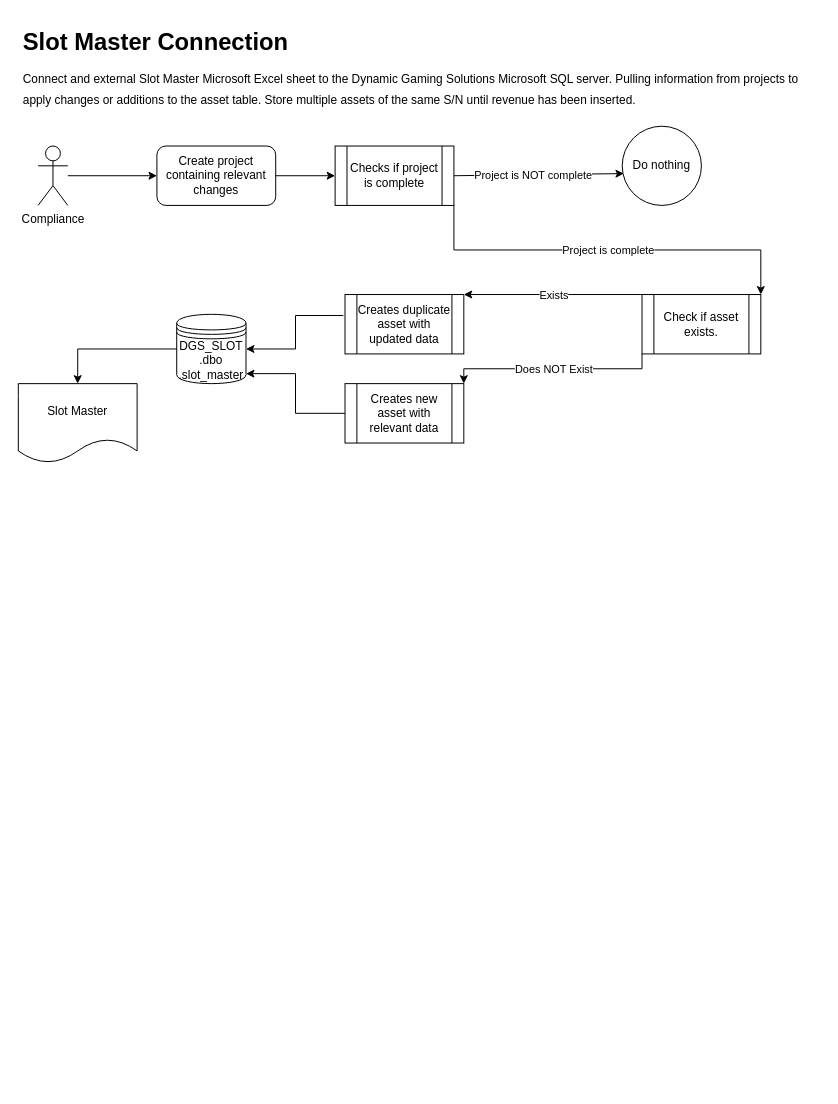
pcollins425/learning keeps this draw.io diagram as Slot_Master.drawio. Above is the earlier version. Source tidied: cells renumbered, new cells numbered last; positions are measured from the earlier drawing's top-left corner, leaving out a move shared by most shapes. Both pictures are drawn from the tidied source at 99%, with x=0, y=0 at pixel (18, 27).
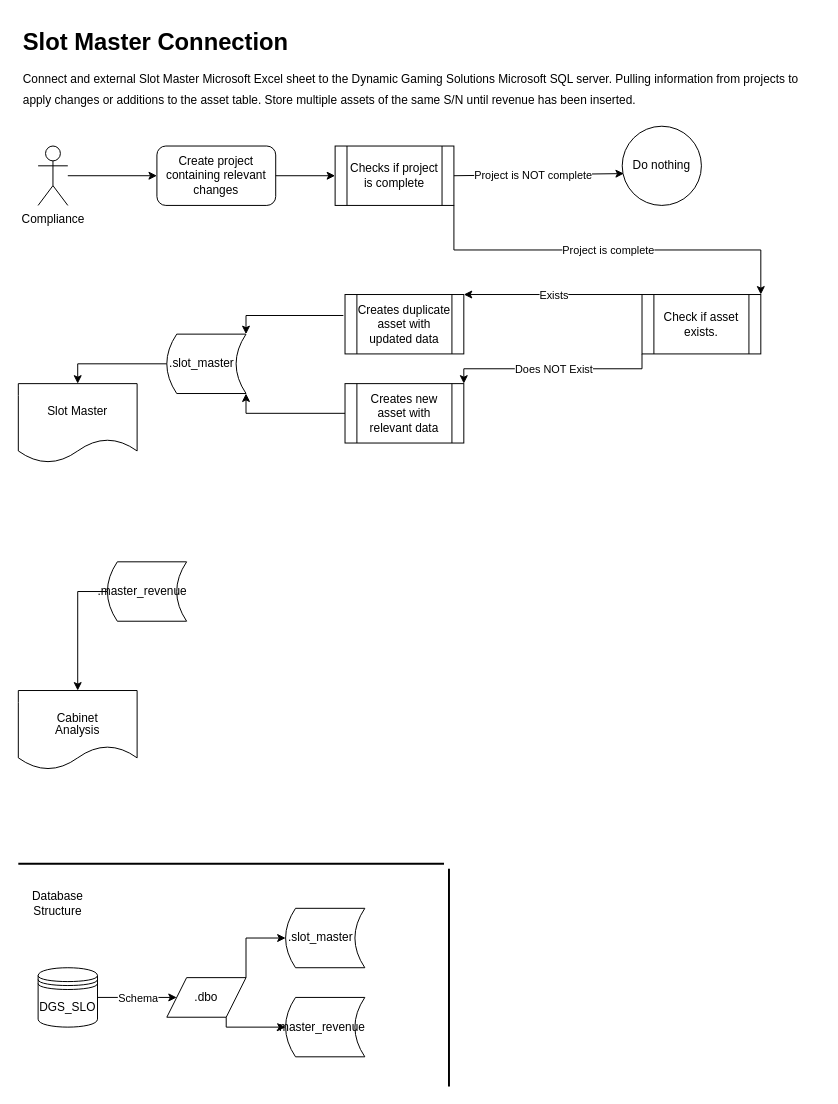
After the change.

Commit message:
Added 'Database Structure'

The change refers to these unchanged cells:
```xml
<mxCell id="10" value="Creates duplicate asset with updated data" style="shape=process;whiteSpace=wrap;html=1;backgroundOutline=1;" parent="1" vertex="1">
  <mxGeometry x="330" y="270" width="120" height="60" as="geometry" />
</mxCell>
<mxCell id="17" value="Creates new asset with relevant data" style="shape=process;whiteSpace=wrap;html=1;backgroundOutline=1;" parent="1" vertex="1">
  <mxGeometry x="330" y="360" width="120" height="60" as="geometry" />
</mxCell>
<mxCell id="22" value="Slot Master" style="shape=document;whiteSpace=wrap;html=1;boundedLbl=1;" parent="1" vertex="1">
  <mxGeometry y="360" width="120" height="80" as="geometry" />
</mxCell>
```

Change to the diagram source:
```diff
@@
-    <mxCell id="20" style="endArrow=classic;html=1;rounded=0;exitX=-0.014;exitY=0.353;exitDx=0;exitDy=0;exitPerimeter=0;entryX=1;entryY=0.5;entryDx=0;entryDy=0;edgeStyle=orthogonalEdgeStyle;" parent="1" edge="1" source="10" target="23">
+    <mxCell id="20" style="endArrow=classic;html=1;rounded=0;exitX=-0.014;exitY=0.353;exitDx=0;exitDy=0;exitPerimeter=0;entryX=1;entryY=0;entryDx=0;entryDy=0;edgeStyle=orthogonalEdgeStyle;" parent="1" edge="1" source="10" target="37">
       <mxGeometry relative="1" as="geometry" />
     </mxCell>
-    <mxCell id="21" style="endArrow=classic;html=1;rounded=0;entryX=1;entryY=0.856;entryDx=0;entryDy=0;exitX=0;exitY=0.5;exitDx=0;exitDy=0;edgeStyle=orthogonalEdgeStyle;entryPerimeter=0;" parent="1" edge="1" source="17" target="23">
+    <mxCell id="21" style="endArrow=classic;html=1;rounded=0;entryX=1;entryY=1;entryDx=0;entryDy=0;exitX=0;exitY=0.5;exitDx=0;exitDy=0;edgeStyle=orthogonalEdgeStyle;" parent="1" edge="1" source="17" target="37">
       <mxGeometry relative="1" as="geometry" />
     </mxCell>
@@
-    <mxCell id="23" value="DGS_SLOT&lt;br&gt;.dbo&lt;br&gt;.slot_master" style="shape=datastore;whiteSpace=wrap;html=1;" parent="1" vertex="1">
-      <mxGeometry x="160" y="290" width="70" height="70" as="geometry" />
-    </mxCell>
-    <mxCell id="24" style="endArrow=classic;html=1;exitX=0;exitY=0.5;exitDx=0;exitDy=0;entryX=0.5;entryY=0;entryDx=0;entryDy=0;edgeStyle=orthogonalEdgeStyle;strokeWidth=1;arcSize=0;" parent="1" edge="1" source="23" target="22">
+    <mxCell id="24" style="endArrow=classic;html=1;exitX=0;exitY=0.5;exitDx=0;exitDy=0;entryX=0.5;entryY=0;entryDx=0;entryDy=0;edgeStyle=orthogonalEdgeStyle;strokeWidth=1;arcSize=0;" parent="1" edge="1" source="37" target="22">
       <mxGeometry relative="1" as="geometry" />
     </mxCell>
+    <mxCell id="25" value="&lt;p style=&quot;line-height: 100%;&quot;&gt;Cabinet&lt;br&gt;Analysis&lt;br&gt;&lt;/p&gt;" style="shape=document;whiteSpace=wrap;html=1;boundedLbl=1;spacingTop=9;" parent="1" vertex="1">
+      <mxGeometry y="670" width="120" height="80" as="geometry" />
+    </mxCell>
+    <mxCell id="26" value="DGS_SLO" style="shape=datastore;whiteSpace=wrap;html=1;" parent="1" vertex="1">
+      <mxGeometry x="20" y="950" width="60" height="60" as="geometry" />
+    </mxCell>
+    <mxCell id="27" value=".dbo" style="shape=parallelogram;perimeter=parallelogramPerimeter;whiteSpace=wrap;html=1;fixedSize=1;" parent="1" vertex="1">
+      <mxGeometry x="150" y="960" width="80" height="40" as="geometry" />
+    </mxCell>
+    <mxCell id="28" style="endArrow=classic;html=1;strokeWidth=1;exitX=1;exitY=0.5;exitDx=0;exitDy=0;entryX=0;entryY=0.5;entryDx=0;entryDy=0;" parent="1" edge="1" source="26" target="27">
+      <mxGeometry relative="1" as="geometry" />
+    </mxCell>
+    <mxCell id="29" value="Schema" style="edgeLabel;html=1;align=center;verticalAlign=middle;" parent="28" vertex="1">
+      <mxGeometry relative="1" as="geometry" />
+    </mxCell>
+    <mxCell id="30" value=".slot_master" style="shape=dataStorage;whiteSpace=wrap;html=1;fixedSize=1;size=10;spacingRight=9;" parent="1" vertex="1">
+      <mxGeometry x="270" y="890" width="80" height="60" as="geometry" />
+    </mxCell>
+    <mxCell id="31" value=".master_revenue" style="shape=dataStorage;whiteSpace=wrap;html=1;fixedSize=1;size=10;spacingRight=9;" parent="1" vertex="1">
+      <mxGeometry x="270" y="980" width="80" height="60" as="geometry" />
+    </mxCell>
+    <mxCell id="32" style="endArrow=classic;html=1;strokeWidth=1;exitX=1;exitY=0;exitDx=0;exitDy=0;entryX=0;entryY=0.5;entryDx=0;entryDy=0;edgeStyle=orthogonalEdgeStyle;arcSize=0;" parent="1" edge="1" source="27" target="30">
+      <mxGeometry relative="1" as="geometry" />
+    </mxCell>
+    <mxCell id="33" style="endArrow=classic;html=1;strokeWidth=1;exitX=0.75;exitY=1;exitDx=0;exitDy=0;entryX=0;entryY=0.5;entryDx=0;entryDy=0;edgeStyle=orthogonalEdgeStyle;arcSize=0;" parent="1" edge="1" source="27" target="31">
+      <mxGeometry relative="1" as="geometry" />
+    </mxCell>
+    <mxCell id="34" style="line;strokeWidth=2;html=1;" parent="1" vertex="1">
+      <mxGeometry y="840" width="430" height="10" as="geometry" />
+    </mxCell>
+    <mxCell id="35" value="Database Structure" style="text;html=1;strokeColor=none;fillColor=none;align=center;verticalAlign=middle;whiteSpace=wrap;rounded=0;" parent="1" vertex="1">
+      <mxGeometry x="10" y="870" width="60" height="30" as="geometry" />
+    </mxCell>
+    <mxCell id="36" style="line;strokeWidth=2;direction=south;html=1;" parent="1" vertex="1">
+      <mxGeometry x="430" y="850" width="10" height="220" as="geometry" />
+    </mxCell>
+    <mxCell id="37" value=".slot_master" style="shape=dataStorage;whiteSpace=wrap;html=1;fixedSize=1;size=10;spacingRight=9;" parent="1" vertex="1">
+      <mxGeometry x="150" y="310" width="80" height="60" as="geometry" />
+    </mxCell>
+    <mxCell id="38" value=".master_revenue" style="shape=dataStorage;whiteSpace=wrap;html=1;fixedSize=1;size=10;spacingRight=9;" parent="1" vertex="1">
+      <mxGeometry x="90" y="540" width="80" height="60" as="geometry" />
+    </mxCell>
+    <mxCell id="39" style="endArrow=classic;html=1;strokeWidth=1;exitX=0;exitY=0.5;exitDx=0;exitDy=0;entryX=0.5;entryY=0;entryDx=0;entryDy=0;edgeStyle=orthogonalEdgeStyle;arcSize=0;" parent="1" edge="1" source="38" target="25">
+      <mxGeometry relative="1" as="geometry" />
+    </mxCell>
```
